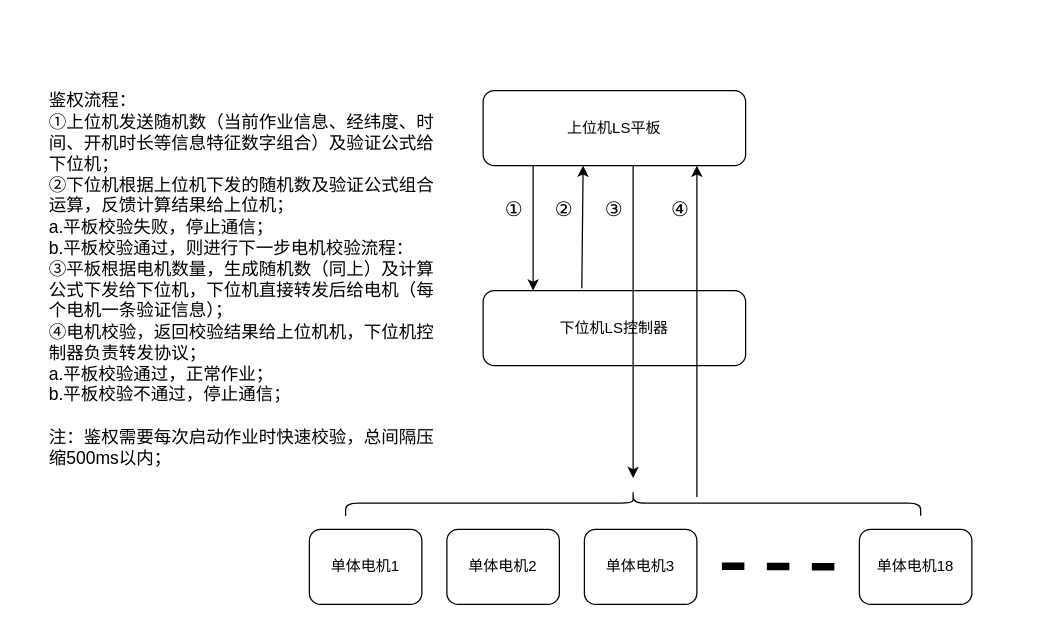
This is 电机鉴权.drawio from Hanye1108/drawio, a draw.io file, before an edit. Source tidied: cells renumbered, new cells numbered last; positions are measured from the earlier drawing's top-left corner, leaving out a move shared by most shapes. Both pictures are drawn from the tidied source at 125%, with x=0, y=0 at pixel (46, 29).
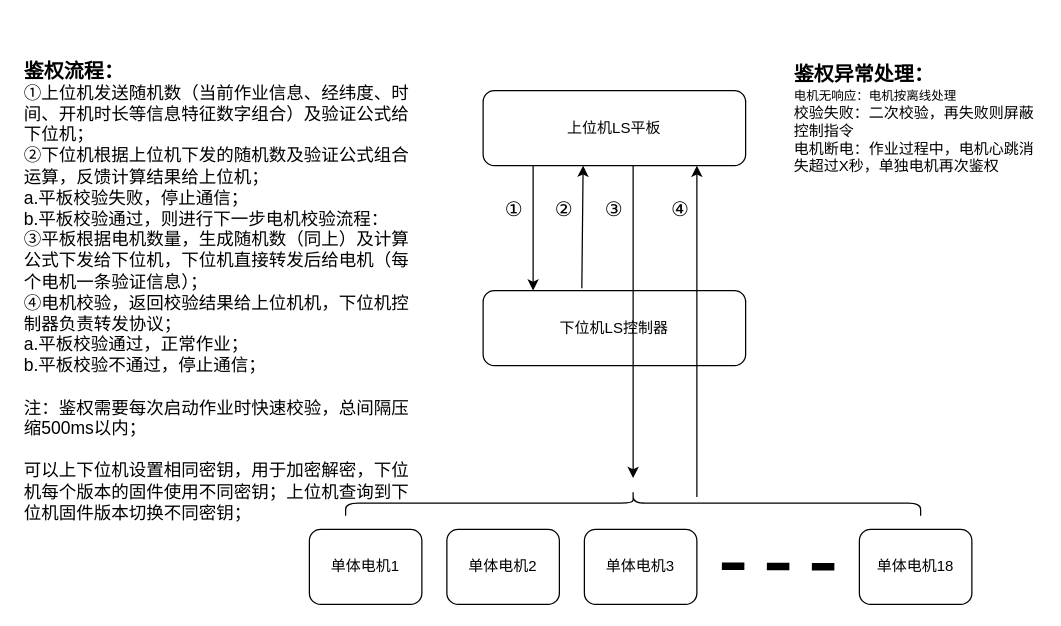
The same page after the edit.

Commit message (it also covers changes not shown here):
更新电机鉴权.drawio

Change to the diagram source:
```diff
@@
-    <mxCell id="13" value="&lt;font style=&quot;font-size: 14px;&quot;&gt;鉴权流程：&lt;br&gt;①上位机发送随机数（当前作业信息、经纬度、时间、开机时长等信息特征数字组合）及验证公式给下位机；&lt;br&gt;②下位机根据上位机下发的随机数及验证公式组合运算，反馈计算结果给上位机；&lt;/font&gt;&lt;div&gt;&lt;span style=&quot;font-size: 14px;&quot;&gt;a.平板校验失败，停止通信；&lt;br&gt;&lt;/span&gt;&lt;div&gt;&lt;font style=&quot;font-size: 14px;&quot;&gt;b.平板校验通过，则进行下一步电机校验流程：&lt;br&gt;③平板根据电机数量，生成随机数（同上）及计算公式下发给下位机，下位机直接转发后给电机（每个电机一条验证信息）；&lt;br&gt;④电机校验，返回校验结果给上位机机，下位机控制器负责转发协议；&lt;br&gt;a.平板校验通过，正常作业；&lt;br&gt;b.平板校验不通过，停止通信；&lt;br&gt;&lt;br&gt;注：鉴权需要每次启动作业时快速校验，总间隔压缩500ms以内；&lt;/font&gt;&lt;/div&gt;&lt;/div&gt;" style="text;html=1;align=left;verticalAlign=middle;whiteSpace=wrap;rounded=0;" parent="1" vertex="1">
-      <mxGeometry width="320" height="400" as="geometry" />
+    <mxCell id="13" value="&lt;font style=&quot;&quot;&gt;&lt;b style=&quot;&quot;&gt;&lt;font style=&quot;font-size: 16px;&quot;&gt;鉴权流程：&lt;/font&gt;&lt;/b&gt;&lt;br&gt;&lt;span style=&quot;font-size: 14px;&quot;&gt;①上位机发送随机数（当前作业信息、经纬度、时间、开机时长等信息特征数字组合）及验证公式给下位机；&lt;/span&gt;&lt;br&gt;&lt;span style=&quot;font-size: 14px;&quot;&gt;②下位机根据上位机下发的随机数及验证公式组合运算，反馈计算结果给上位机；&lt;/span&gt;&lt;/font&gt;&lt;div&gt;&lt;span style=&quot;font-size: 14px;&quot;&gt;a.平板校验失败，停止通信；&lt;br&gt;&lt;/span&gt;&lt;div&gt;&lt;font style=&quot;font-size: 14px;&quot;&gt;b.平板校验通过，则进行下一步电机校验流程：&lt;br&gt;③平板根据电机数量，生成随机数（同上）及计算公式下发给下位机，下位机直接转发后给电机（每个电机一条验证信息）；&lt;br&gt;④电机校验，返回校验结果给上位机机，下位机控制器负责转发协议；&lt;br&gt;a.平板校验通过，正常作业；&lt;br&gt;b.平板校验不通过，停止通信；&lt;br&gt;&lt;br&gt;注：鉴权需要每次启动作业时快速校验，总间隔压缩500ms以内；&lt;/font&gt;&lt;/div&gt;&lt;/div&gt;&lt;div&gt;&lt;font style=&quot;font-size: 14px;&quot;&gt;&lt;br&gt;&lt;/font&gt;&lt;/div&gt;&lt;div&gt;&lt;font style=&quot;font-size: 14px;&quot;&gt;可以上下位机设置相同密钥，用于加密解密，下位机每个版本的固件使用不同密钥；上位机查询到下位机固件版本切换不同密钥；&lt;/font&gt;&lt;/div&gt;" style="text;html=1;align=left;verticalAlign=middle;whiteSpace=wrap;rounded=0;" parent="1" vertex="1">
+      <mxGeometry x="-20" y="9" width="320" height="400" as="geometry" />
     </mxCell>
@@
+    <mxCell id="19" value="&lt;font style=&quot;&quot;&gt;&lt;font style=&quot;&quot;&gt;&lt;b style=&quot;font-size: 16px;&quot;&gt;鉴权异常处理：&lt;/b&gt;&lt;br&gt;&lt;font size=&quot;1&quot;&gt;电机无响应：电机按离线处理&lt;br&gt;&lt;/font&gt;校验失败：二次校验，再失败则屏蔽控制指令&lt;br&gt;电机断电：作业过程中，电机心跳消失超过X秒，单独电机再次鉴权&lt;br&gt;&lt;/font&gt;&lt;br&gt;&lt;/font&gt;" style="text;html=1;align=left;verticalAlign=middle;whiteSpace=wrap;rounded=0;" parent="1" vertex="1">
+      <mxGeometry x="595.5" y="-6.5" width="199" height="171" as="geometry" />
+    </mxCell>
```
